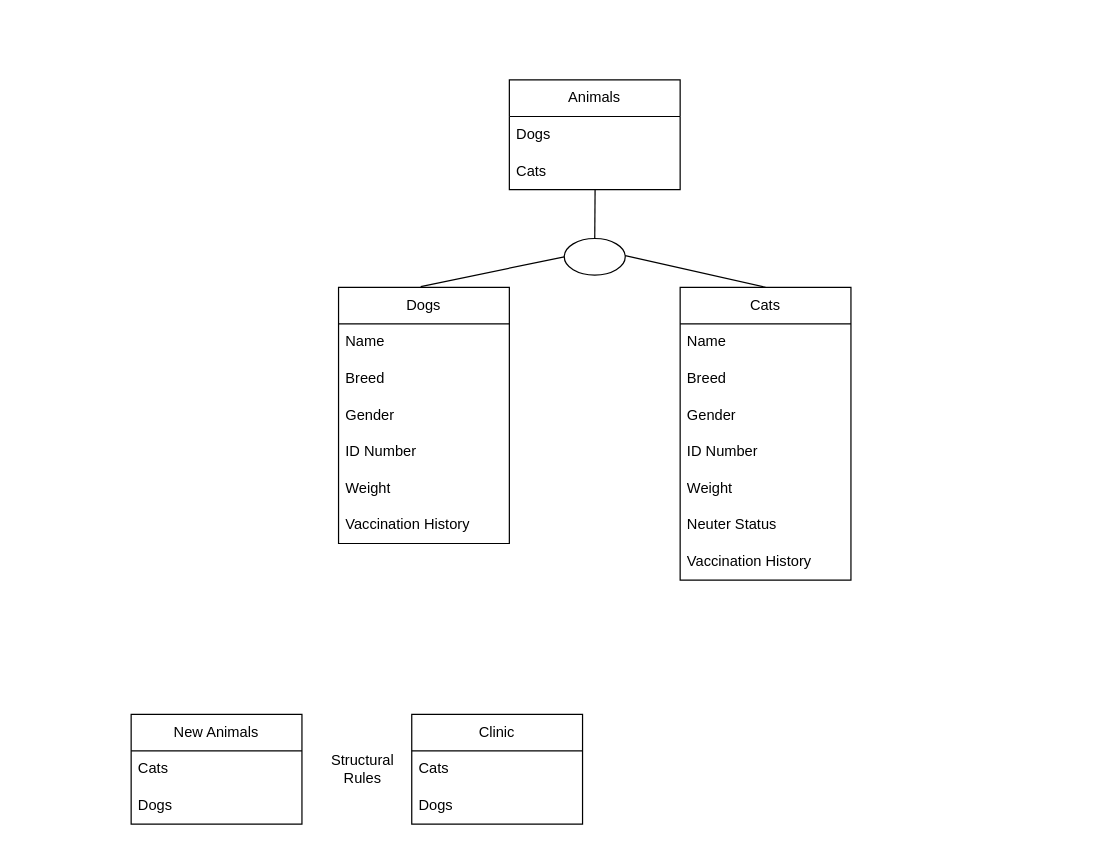
Above: erd.drawio in Jubibani/Jubibani (draw.io), before the change. Source tidied: cells renumbered, new cells numbered last; positions are measured from the earlier drawing's top-left corner, leaving out a move shared by most shapes. Both pictures are drawn from the tidied source at 122%, with x=0, y=0 at pixel (131, 79).
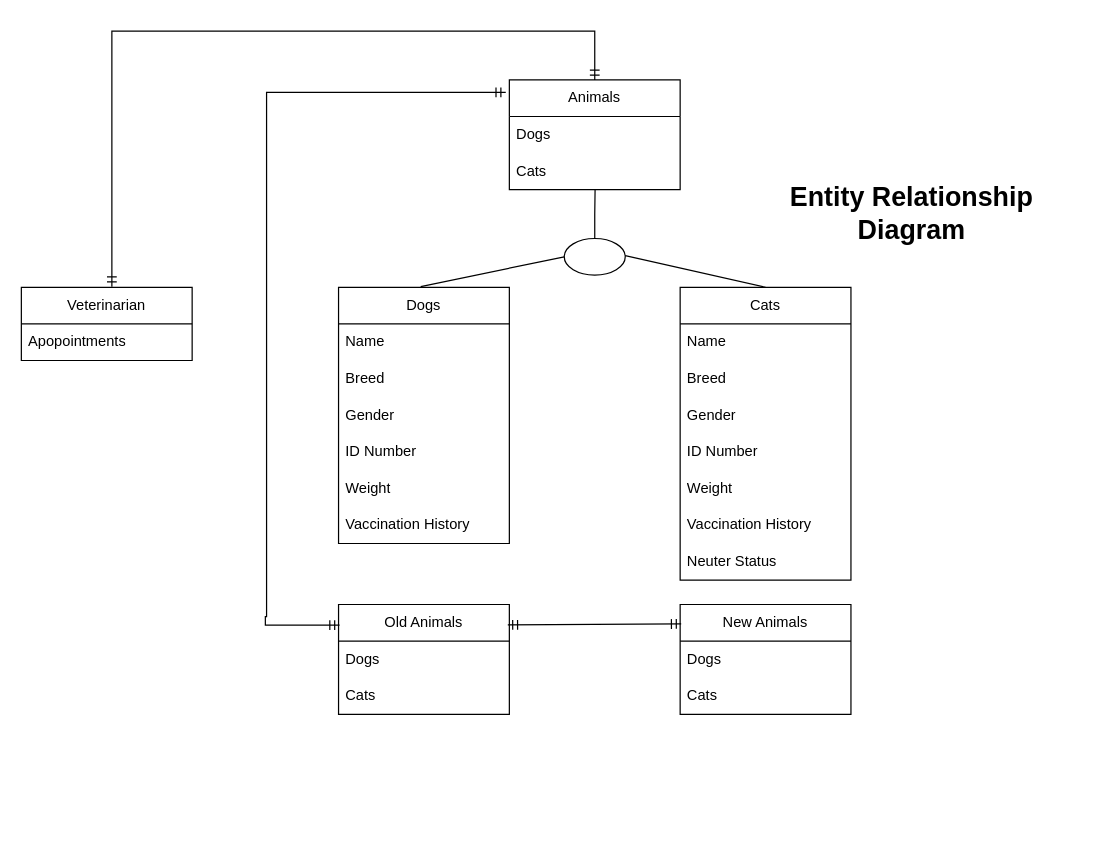
The same diagram, later.

Unchanged cells that the change refers to:
```xml
<mxCell id="2" value="Animals" style="swimlane;fontStyle=0;horizontal=1;startSize=30;whiteSpace=wrap;html=1;" parent="1" vertex="1">
  <mxGeometry x="310" width="140" height="90" as="geometry" />
</mxCell>
<mxCell id="4" value="Cats" style="text;strokeColor=none;fillColor=none;align=left;verticalAlign=middle;spacingLeft=4;spacingRight=4;overflow=hidden;points=[[0,0.5],[1,0.5]];portConstraint=eastwest;whiteSpace=wrap;html=1;" parent="2" vertex="1">
  <mxGeometry y="60" width="140" height="30" as="geometry" />
</mxCell>
<mxCell id="19" value="Cats" style="swimlane;fontStyle=0;horizontal=1;startSize=30;whiteSpace=wrap;html=1;" parent="1" vertex="1">
  <mxGeometry x="450" y="170" width="140" height="240" as="geometry" />
</mxCell>
<mxCell id="27" style="ellipse;whiteSpace=wrap;html=1;align=center;" parent="1" vertex="1">
  <mxGeometry x="355" y="130" width="50" height="30" as="geometry" />
</mxCell>
```

Diff of the diagram source:
```diff
@@
-    <mxCell id="12" value="Structural Rules" style="text;html=1;strokeColor=none;fillColor=none;align=center;verticalAlign=middle;whiteSpace=wrap;rounded=0;" parent="1" vertex="1">
-      <mxGeometry x="160" y="550" width="60" height="30" as="geometry" />
-    </mxCell>
-    <mxCell id="13" value="New Animals" style="swimlane;fontStyle=0;horizontal=1;startSize=30;whiteSpace=wrap;html=1;" parent="1" vertex="1">
-      <mxGeometry y="520" width="140" height="90" as="geometry" />
-    </mxCell>
-    <mxCell id="14" value="Cats" style="text;strokeColor=none;fillColor=none;align=left;verticalAlign=middle;spacingLeft=4;spacingRight=4;overflow=hidden;whiteSpace=wrap;html=1;" parent="13" vertex="1">
-      <mxGeometry y="30" width="140" height="30" as="geometry" />
-    </mxCell>
-    <mxCell id="15" value="Dogs" style="text;strokeColor=none;fillColor=none;align=left;verticalAlign=middle;spacingLeft=4;spacingRight=4;overflow=hidden;whiteSpace=wrap;html=1;" parent="13" vertex="1">
-      <mxGeometry y="60" width="140" height="30" as="geometry" />
-    </mxCell>
-    <mxCell id="16" value="Clinic" style="swimlane;fontStyle=0;horizontal=1;startSize=30;whiteSpace=wrap;html=1;" parent="1" vertex="1">
-      <mxGeometry x="230" y="520" width="140" height="90" as="geometry" />
-    </mxCell>
-    <mxCell id="17" value="Cats" style="text;strokeColor=none;fillColor=none;align=left;verticalAlign=middle;spacingLeft=4;spacingRight=4;overflow=hidden;whiteSpace=wrap;html=1;" parent="16" vertex="1">
-      <mxGeometry y="30" width="140" height="30" as="geometry" />
-    </mxCell>
-    <mxCell id="18" value="Dogs" style="text;strokeColor=none;fillColor=none;align=left;verticalAlign=middle;spacingLeft=4;spacingRight=4;overflow=hidden;whiteSpace=wrap;html=1;" parent="16" vertex="1">
-      <mxGeometry y="60" width="140" height="30" as="geometry" />
-    </mxCell>
@@
+    <mxCell id="26" value="Vaccination History" style="text;strokeColor=none;fillColor=none;align=left;verticalAlign=middle;spacingLeft=4;spacingRight=4;overflow=hidden;whiteSpace=wrap;html=1;" parent="19" vertex="1">
+      <mxGeometry y="180" width="140" height="30" as="geometry" />
+    </mxCell>
     <mxCell id="25" value="Neuter Status" style="text;strokeColor=none;fillColor=none;align=left;verticalAlign=middle;spacingLeft=4;spacingRight=4;overflow=hidden;whiteSpace=wrap;html=1;" parent="19" vertex="1">
-      <mxGeometry y="180" width="140" height="30" as="geometry" />
+      <mxGeometry y="210" width="140" height="30" as="geometry" />
     </mxCell>
-    <mxCell id="26" value="Vaccination History" style="text;strokeColor=none;fillColor=none;align=left;verticalAlign=middle;spacingLeft=4;spacingRight=4;overflow=hidden;whiteSpace=wrap;html=1;" parent="19" vertex="1">
-      <mxGeometry y="210" width="140" height="30" as="geometry" />
-    </mxCell>
@@
     <mxCell id="28" style="endArrow=none;html=1;rounded=0;exitX=0.502;exitY=0.978;exitDx=0;exitDy=0;exitPerimeter=0;entryX=0.5;entryY=0;entryDx=0;entryDy=0;" parent="1" edge="1" source="4" target="27">
-      <mxGeometry relative="1" as="geometry" />
+      <mxGeometry relative="1" as="geometry">
+        <Array as="points">
+          <mxPoint x="380" y="110" />
+        </Array>
+      </mxGeometry>
     </mxCell>
@@
+    <mxCell id="31" value="Entity Relationship Diagram" style="text;html=1;strokeColor=none;fillColor=none;align=center;verticalAlign=middle;whiteSpace=wrap;rounded=0;fontStyle=1;fontColor=default;fontSize=22;" parent="1" vertex="1">
+      <mxGeometry x="500" y="70" width="280" height="80" as="geometry" />
+    </mxCell>
+    <mxCell id="13" value="New Animals" style="swimlane;fontStyle=0;horizontal=1;startSize=30;whiteSpace=wrap;html=1;" parent="1" vertex="1">
+      <mxGeometry x="450" y="430" width="140" height="90" as="geometry" />
+    </mxCell>
+    <mxCell id="32" value="Dogs" style="text;strokeColor=none;fillColor=none;align=left;verticalAlign=middle;spacingLeft=4;spacingRight=4;overflow=hidden;whiteSpace=wrap;html=1;" parent="13" vertex="1">
+      <mxGeometry y="30" width="140" height="30" as="geometry" />
+    </mxCell>
+    <mxCell id="33" value="Cats" style="text;strokeColor=none;fillColor=none;align=left;verticalAlign=middle;spacingLeft=4;spacingRight=4;overflow=hidden;whiteSpace=wrap;html=1;" parent="13" vertex="1">
+      <mxGeometry y="60" width="140" height="30" as="geometry" />
+    </mxCell>
+    <mxCell id="34" value="Old Animals" style="swimlane;fontStyle=0;horizontal=1;startSize=30;whiteSpace=wrap;html=1;" parent="1" vertex="1">
+      <mxGeometry x="170" y="430" width="140" height="90" as="geometry" />
+    </mxCell>
+    <mxCell id="35" value="Dogs" style="text;strokeColor=none;fillColor=none;align=left;verticalAlign=middle;spacingLeft=4;spacingRight=4;overflow=hidden;whiteSpace=wrap;html=1;" parent="34" vertex="1">
+      <mxGeometry y="30" width="140" height="30" as="geometry" />
+    </mxCell>
+    <mxCell id="36" value="Cats" style="text;strokeColor=none;fillColor=none;align=left;verticalAlign=middle;spacingLeft=4;spacingRight=4;overflow=hidden;whiteSpace=wrap;html=1;" parent="34" vertex="1">
+      <mxGeometry y="60" width="140" height="30" as="geometry" />
+    </mxCell>
+    <mxCell id="37" style="edgeStyle=orthogonalEdgeStyle;fontSize=12;html=1;endArrow=ERmandOne;startArrow=ERmandOne;rounded=0;elbow=vertical;entryX=-0.021;entryY=0.114;entryDx=0;entryDy=0;entryPerimeter=0;exitX=0.006;exitY=0.188;exitDx=0;exitDy=0;exitPerimeter=0;" parent="1" edge="1" source="34" target="2">
+      <mxGeometry relative="1" as="geometry">
+        <Array as="points">
+          <mxPoint x="110" y="447" />
+          <mxPoint x="110" y="440" />
+          <mxPoint x="111" y="440" />
+          <mxPoint x="111" y="10" />
+        </Array>
+      </mxGeometry>
+    </mxCell>
+    <mxCell id="38" style="fontSize=12;html=1;endArrow=ERmandOne;startArrow=ERmandOne;rounded=0;entryX=0.006;entryY=0.177;entryDx=0;entryDy=0;entryPerimeter=0;exitX=0.991;exitY=0.186;exitDx=0;exitDy=0;exitPerimeter=0;" parent="1" edge="1" source="34" target="13">
+      <mxGeometry relative="1" as="geometry" />
+    </mxCell>
+    <mxCell id="39" value="Veterinarian" style="swimlane;fontStyle=0;horizontal=1;startSize=30;whiteSpace=wrap;html=1;" parent="1" vertex="1">
+      <mxGeometry x="-90" y="170" width="140" height="60" as="geometry" />
+    </mxCell>
+    <mxCell id="40" value="Apopointments" style="text;strokeColor=none;fillColor=none;align=left;verticalAlign=middle;spacingLeft=4;spacingRight=4;overflow=hidden;whiteSpace=wrap;html=1;" parent="39" vertex="1">
+      <mxGeometry y="30" width="140" height="30" as="geometry" />
+    </mxCell>
+    <mxCell id="41" style="edgeStyle=elbowEdgeStyle;fontSize=12;html=1;endArrow=ERmandOne;startArrow=ERmandOne;rounded=0;exitX=0.53;exitY=-0.009;exitDx=0;exitDy=0;exitPerimeter=0;entryX=0.5;entryY=0;entryDx=0;entryDy=0;" parent="1" edge="1" source="39" target="2">
+      <mxGeometry relative="1" as="geometry">
+        <Array as="points">
+          <mxPoint x="10" y="-40" />
+        </Array>
+      </mxGeometry>
+    </mxCell>
```
